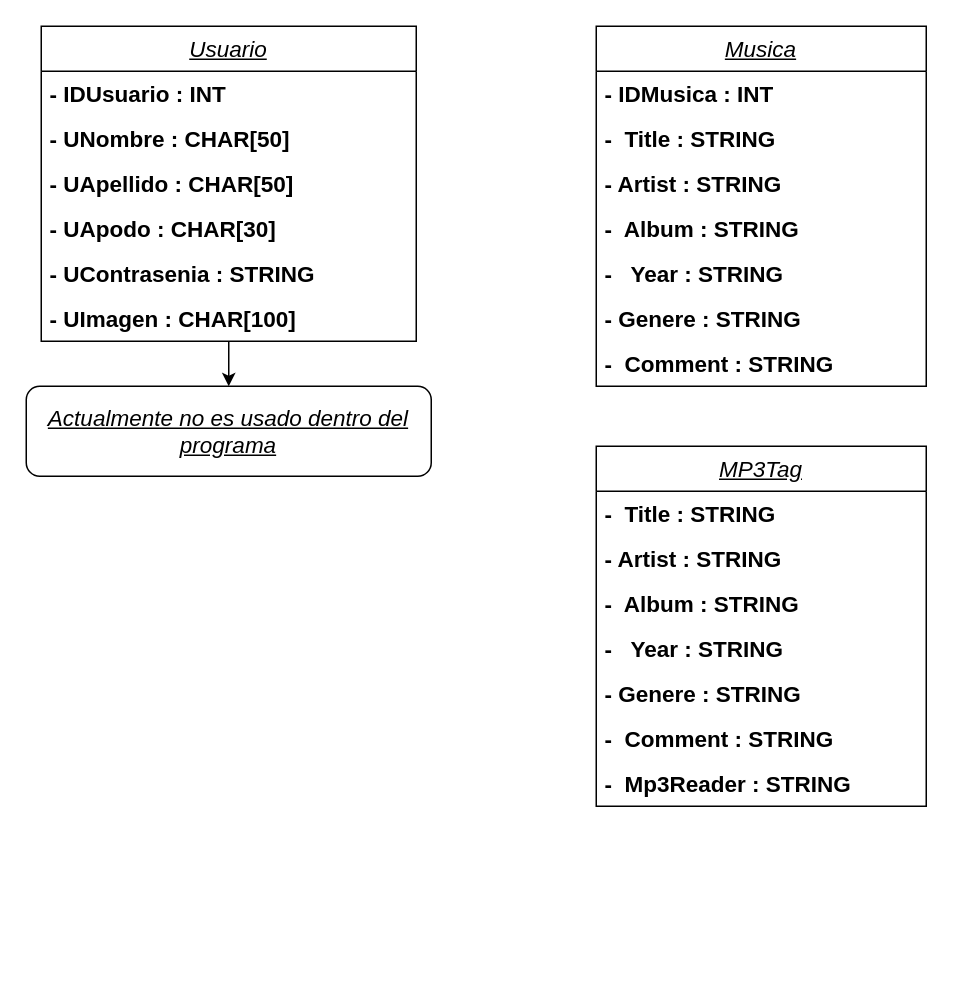
Before: Diagrama/UML_Reproductor.drawio in Deathmajorasmask/MinimalMediaPlayerWPF, a draw.io diagram. Source tidied: cells renumbered, new cells numbered last; positions are measured from the earlier drawing's top-left corner, leaving out a move shared by most shapes. Both pictures are drawn from the tidied source at 150%, with x=0, y=0 at pixel (26, 26).
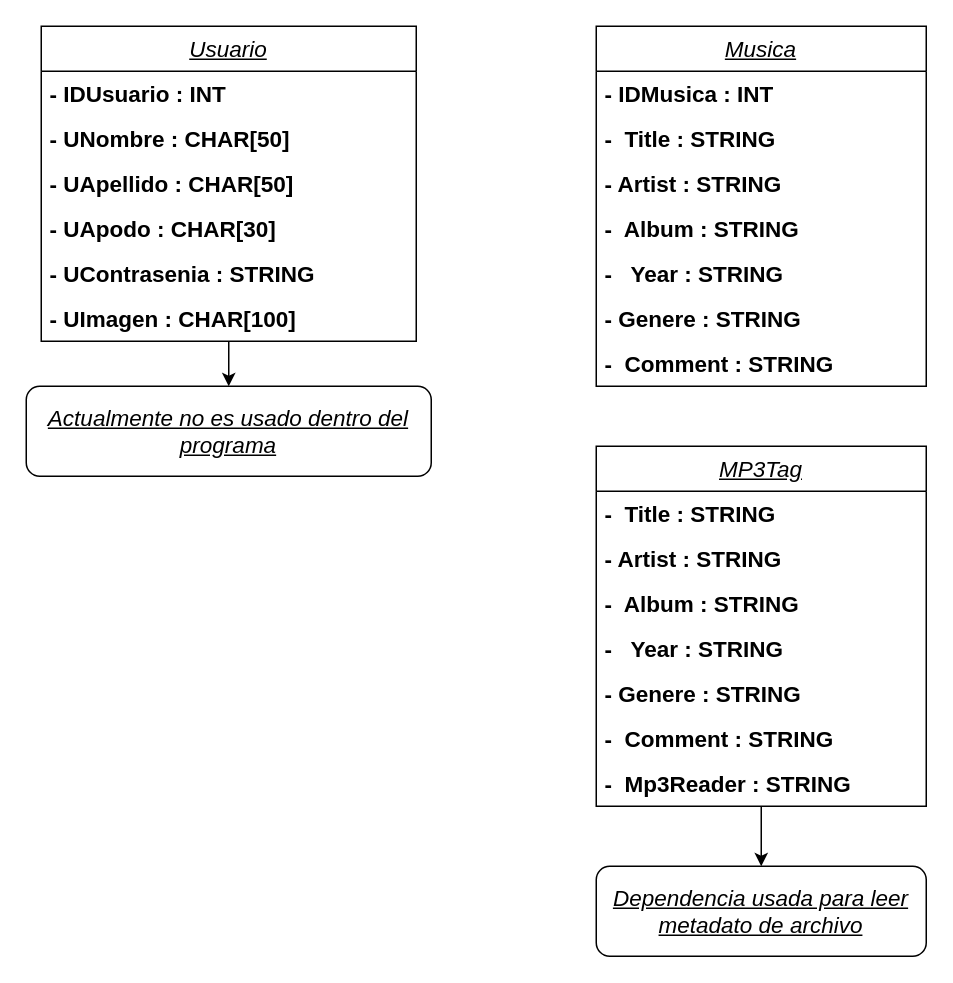
The same page after the edit.

The change refers to these unchanged cells:
```xml
<mxCell id="19" value="MP3Tag" style="swimlane;fontStyle=6;horizontal=1;startSize=30;whiteSpace=wrap;html=1;enumerate=0;fontSize=15;" parent="1" vertex="1">
  <mxGeometry x="380" y="280" width="220" height="240" as="geometry" />
</mxCell>
```

Diff of the diagram source:
```diff
@@
+    <mxCell id="27" style="edgeStyle=orthogonalEdgeStyle;rounded=0;jettySize=auto;html=1;" parent="1" edge="1" source="19" target="28">
+      <mxGeometry relative="1" as="geometry" />
+    </mxCell>
@@
+    <mxCell id="28" value="Dependencia usada para leer metadato de archivo" style="rounded=1;whiteSpace=wrap;html=1;fontSize=15;fontStyle=6;startSize=30;" parent="1" vertex="1">
+      <mxGeometry x="380" y="560" width="220" height="60" as="geometry" />
+    </mxCell>
```
